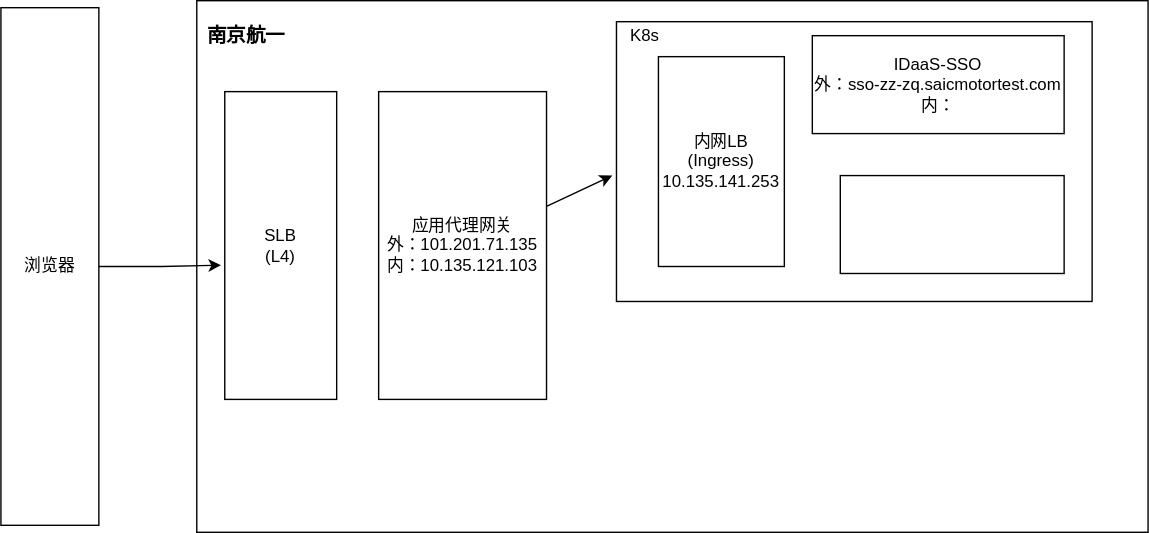
Above: IDaaS应用网关代理网络拓扑图.svg in deepinsea/draw (draw.io), before the change. Source tidied: cells renumbered, new cells last; positions are measured from the earlier drawing's top-left corner, leaving out a move shared by most shapes.
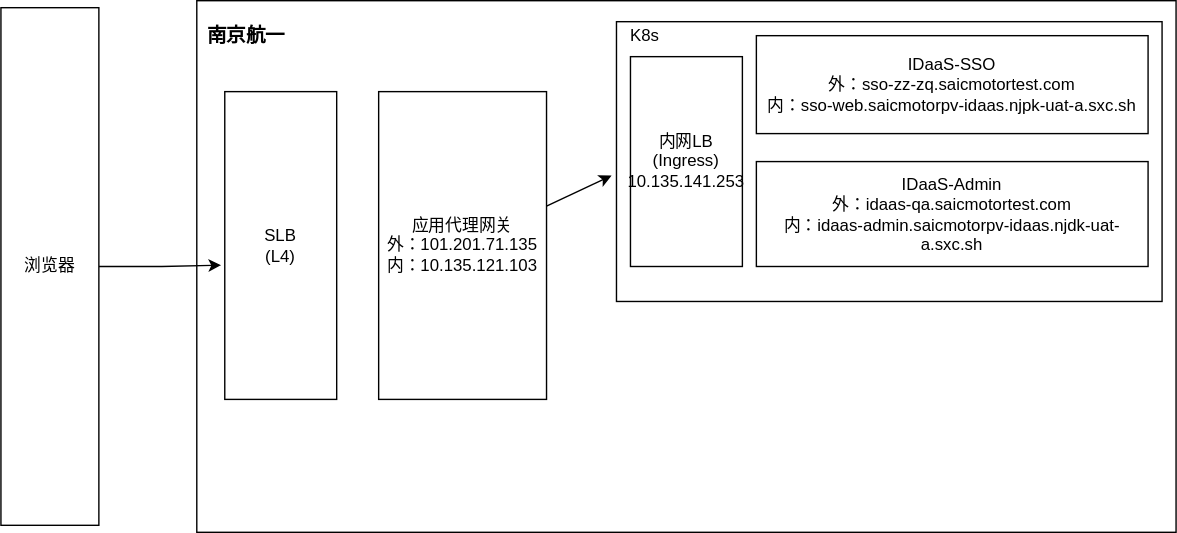
After the change.

Commit message:
更新IDaaS应用网关代理网络拓扑图.svg

Diff of the diagram source:
```diff
@@ -3,7 +3,7 @@
     <mxCell id="0" />
     <mxCell id="1" parent="0" />
     <mxCell id="2" style="rounded=0;whiteSpace=wrap;html=1;" parent="1" vertex="1">
-      <mxGeometry x="140" width="680" height="380" as="geometry" />
+      <mxGeometry x="140" width="700" height="380" as="geometry" />
     </mxCell>
     <mxCell id="3" style="edgeStyle=orthogonalEdgeStyle;rounded=0;jettySize=auto;html=1;entryX=-0.033;entryY=0.564;entryDx=0;entryDy=0;entryPerimeter=0;" parent="1" edge="1" source="4" target="5">
       <mxGeometry relative="1" as="geometry" />
@@ -24,16 +24,16 @@
       <mxGeometry x="270" y="65" width="120" height="220" as="geometry" />
     </mxCell>
     <mxCell id="9" style="rounded=0;whiteSpace=wrap;html=1;" parent="1" vertex="1">
-      <mxGeometry x="440" y="15" width="340" height="200" as="geometry" />
+      <mxGeometry x="440" y="15" width="390" height="200" as="geometry" />
     </mxCell>
     <mxCell id="10" value="内网LB&lt;br&gt;(Ingress)&lt;br&gt;10.135.141.253" style="rounded=0;whiteSpace=wrap;html=1;" parent="1" vertex="1">
-      <mxGeometry x="470" y="40" width="90" height="150" as="geometry" />
+      <mxGeometry x="450" y="40" width="80" height="150" as="geometry" />
     </mxCell>
-    <mxCell id="11" value="IDaaS-SSO&lt;br&gt;外：sso-zz-zq.saicmotortest.com&lt;br&gt;内：" style="rounded=0;whiteSpace=wrap;html=1;" parent="1" vertex="1">
-      <mxGeometry x="580" y="25" width="180" height="70" as="geometry" />
+    <mxCell id="11" value="IDaaS-SSO&lt;br&gt;外：sso-zz-zq.saicmotortest.com&lt;br&gt;内：sso-web.saicmotorpv-idaas.njpk-uat-a.sxc.sh" style="rounded=0;whiteSpace=wrap;html=1;" parent="1" vertex="1">
+      <mxGeometry x="540" y="25" width="280" height="70" as="geometry" />
     </mxCell>
-    <mxCell id="12" style="rounded=0;whiteSpace=wrap;html=1;" parent="1" vertex="1">
-      <mxGeometry x="600" y="125" width="160" height="70" as="geometry" />
+    <mxCell id="12" value="IDaaS-Admin&lt;br&gt;外：idaas-qa.saicmotortest.com&lt;br&gt;内：idaas-admin.saicmotorpv-idaas.njdk-uat-a.sxc.sh" style="rounded=0;whiteSpace=wrap;html=1;" parent="1" vertex="1">
+      <mxGeometry x="540" y="115" width="280" height="75" as="geometry" />
     </mxCell>
     <mxCell id="13" value="K8s" style="text;html=1;align=center;verticalAlign=middle;fillColor=none;strokeColor=none;rounded=0;" parent="1" vertex="1">
       <mxGeometry x="440" y="15" width="40" height="20" as="geometry" />
```
